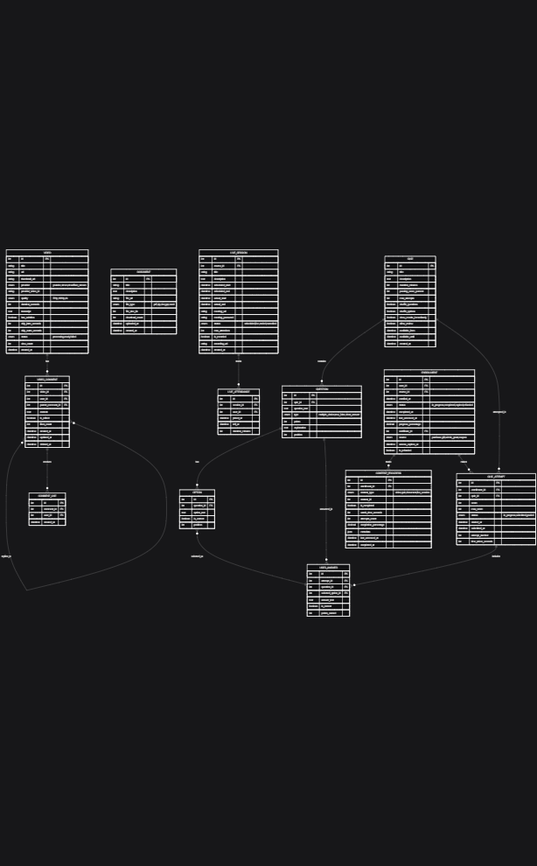
Earlier version of the Mermaid export ERD/Logical ERD Content & Learning.png (A7MED-SA/FinalProject_BackEnd). Its source is kept beside it as ERD/Logical ERD Content & Learning.mmd. Source of this version:
```mermaid
erDiagram
    VIDEO {
        guid id PK
        string title
        string url
        string thumbnail_url
        enum provider "youtube,vimeo,cloudflare_stream"
        string provider_video_id
        enum quality "720p,1080p,4k"
        int duration_seconds
        text transcript
        boolean has_subtitles
        int skip_intro_seconds
        int skip_outro_seconds
        enum status "processing,ready,failed"
        int view_count
        datetime created_at
    }

    DOCUMENT {
        guid id PK
        string title
        text description
        string file_url
        enum file_type "pdf,zip,doc,ppt,excel"
        int file_size_kb
        int download_count
        datetime uploaded_at
        datetime created_at
    }

    VIDEO_COMMENT {
        guid id PK
        guid video_id FK
        guid user_id FK
        guid parent_comment_id FK
        text content
        boolean is_edited
        int likes_count
        datetime created_at
        datetime updated_at
        datetime deleted_at
    }

    COMMENT_LIKE {
        guid id PK
        guid comment_id FK
        guid user_id FK
        datetime created_at
    }

    QUIZ {
        guid id PK
        string title
        text description
        int duration_minutes
        int passing_score_percent
        int max_attempts
        boolean shuffle_questions
        boolean shuffle_options
        boolean show_results_immediately
        boolean allow_review
        datetime available_from
        datetime available_until
        datetime created_at
    }

    QUESTION {
        guid id PK
        guid quiz_id FK
        text question_text
        enum type "multiple_choice,true_false,short_answer"
        int points
        text explanation
        int position
    }

    OPTION {
        guid id PK
        guid question_id FK
        text option_text
        boolean is_correct
        int position
    }

    QUIZ_ATTEMPT {
        guid id PK
        guid enrollment_id FK
        guid quiz_id FK
        int score
        int max_score
        enum status "in_progress,submitted,graded"
        datetime started_at
        datetime submitted_at
        int attempt_number
        int time_taken_seconds
    }

    USER_ANSWER {
        guid id PK
        guid attempt_id FK
        guid question_id FK
        guid selected_option_id FK
        text answer_text
        boolean is_correct
        int points_earned
    }

    LIVE_SESSION {
        guid id PK
        guid course_id FK
        string title
        text description
        datetime scheduled_start
        datetime scheduled_end
        datetime actual_start
        datetime actual_end
        string meeting_url
        string meeting_password
        enum status "scheduled,live,ended,cancelled"
        int max_attendees
        boolean is_recorded
        string recording_url
        datetime created_at
    }

    LIVE_ATTENDANCE {
        guid id PK
        guid session_id FK
        guid user_id FK
        datetime joined_at
        datetime left_at
        int duration_minutes
    }

    ENROLLMENT {
        guid id PK
        guid user_id FK
        guid course_id FK
        datetime enrolled_at
        enum status "in_progress,completed,expired,refunded"
        datetime completed_at
        datetime last_accessed_at
        decimal progress_percentage
        guid certificate_id FK
        enum source "purchase,gift,admin_grant,coupon"
        datetime access_expires_at
        boolean is_refunded
    }

    CONTENT_PROGRESS {
        guid id PK
        guid enrollment_id FK
        enum content_type "video,quiz,document,live_session"
        int content_id
        boolean is_completed
        int watch_time_seconds
        int attempts_count
        decimal completion_percentage
        json metadata
        datetime last_accessed_at
        datetime completed_at
    }

    VIDEO ||--o{ VIDEO_COMMENT : has
    VIDEO_COMMENT }o--o{ VIDEO_COMMENT : replies_to
    VIDEO_COMMENT ||--o{ COMMENT_LIKE : receives

    QUIZ ||--o{ QUESTION : contains
    QUESTION ||--o{ OPTION : has
    QUIZ ||--o{ QUIZ_ATTEMPT : attempted_in
    QUIZ_ATTEMPT ||--o{ USER_ANSWER : includes
    QUESTION ||--o{ USER_ANSWER : answered_in
    OPTION }o--|| USER_ANSWER : selected_as

    LIVE_SESSION ||--o{ LIVE_ATTENDANCE : tracks

    ENROLLMENT ||--o{ CONTENT_PROGRESS : tracks
    ENROLLMENT ||--o{ QUIZ_ATTEMPT : makes
```
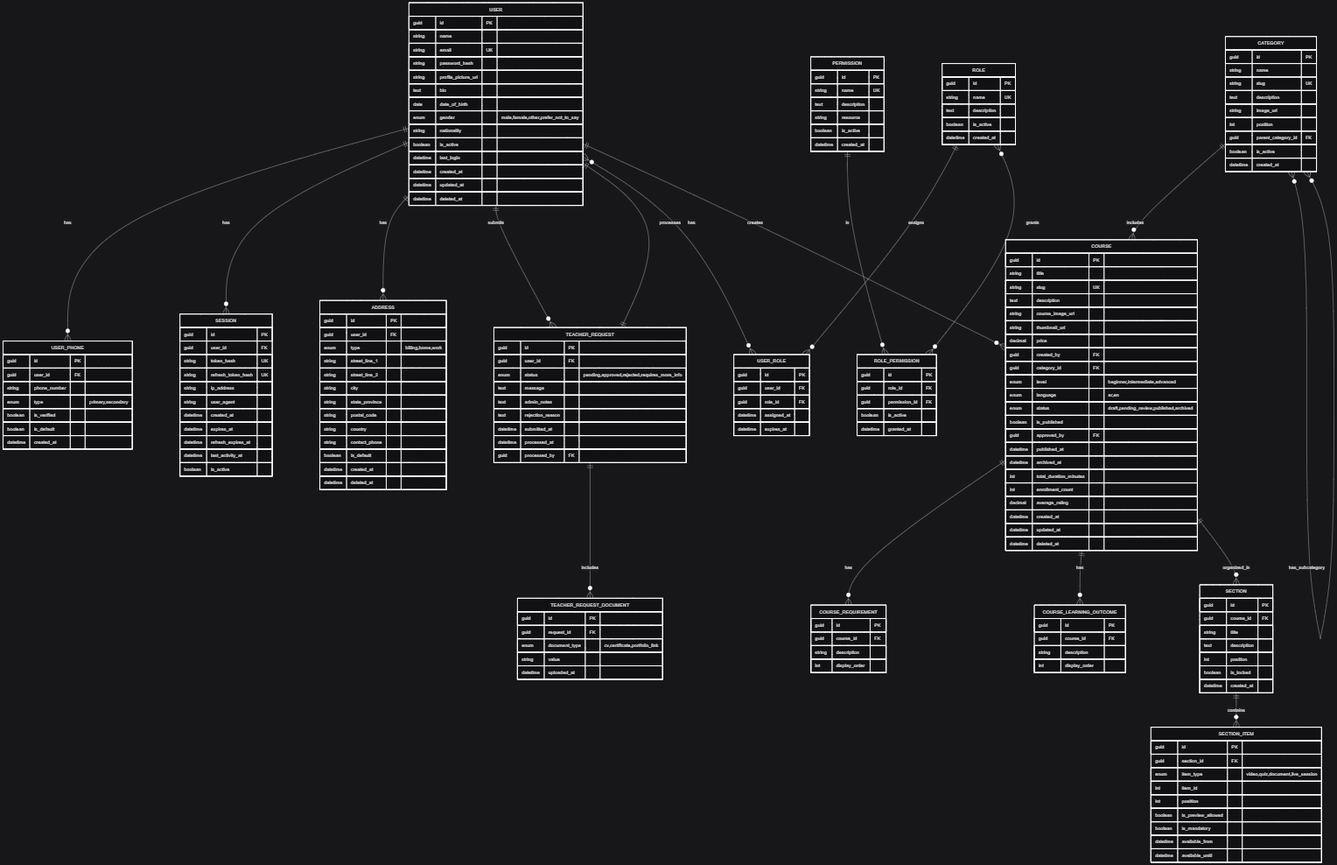
Later version of the same file.

The edit, as a diff of the source:
```diff
@@ -152,7 +152,7 @@
         guid id PK
         guid enrollment_id FK
         enum content_type "video,quiz,document,live_session"
-        int content_id
+        guid content_id
         boolean is_completed
         int watch_time_seconds
         int attempts_count
@@ -162,17 +162,33 @@
         datetime completed_at
     }
 
+    SECTION_ITEM {
+        guid id PK
+        guid section_id FK
+        enum item_type "video,quiz,document,live_session"
+        guid item_id
+        int position
+        boolean is_preview_allowed
+        boolean is_mandatory
+        datetime available_from
+        datetime available_until
+    }
+
     VIDEO ||--o{ VIDEO_COMMENT : has
+    VIDEO ||--o| SECTION_ITEM : "used_in"
     VIDEO_COMMENT }o--o{ VIDEO_COMMENT : replies_to
     VIDEO_COMMENT ||--o{ COMMENT_LIKE : receives
 
     QUIZ ||--o{ QUESTION : contains
+    QUIZ ||--o| SECTION_ITEM : "used_in"
     QUESTION ||--o{ OPTION : has
     QUIZ ||--o{ QUIZ_ATTEMPT : attempted_in
     QUIZ_ATTEMPT ||--o{ USER_ANSWER : includes
     QUESTION ||--o{ USER_ANSWER : answered_in
     OPTION }o--|| USER_ANSWER : selected_as
 
+    DOCUMENT ||--o| SECTION_ITEM : "used_in"
+    LIVE_SESSION ||--o| SECTION_ITEM : "used_in"
     LIVE_SESSION ||--o{ LIVE_ATTENDANCE : tracks
 
     ENROLLMENT ||--o{ CONTENT_PROGRESS : tracks
```
